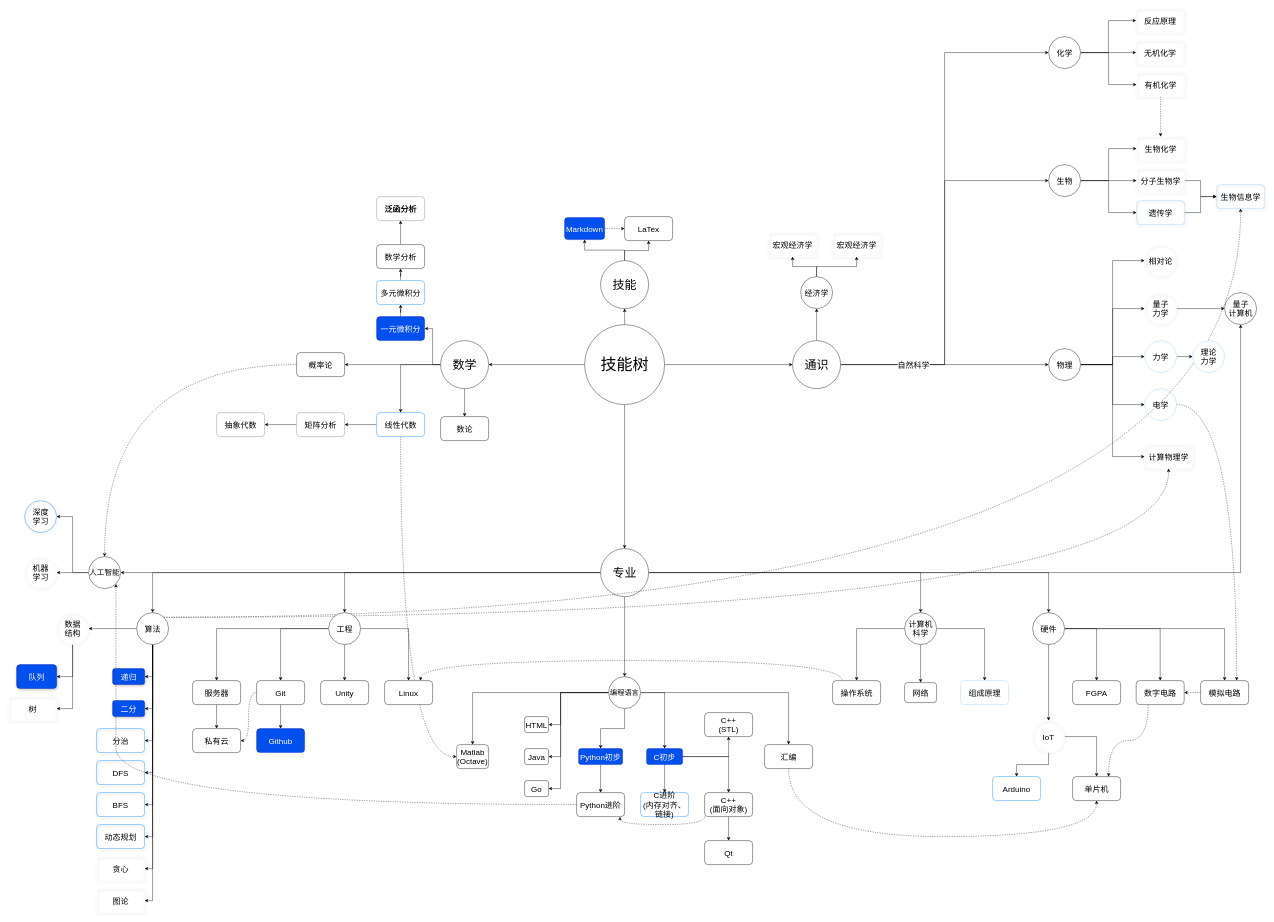
Before: map.drawio in JohnLulzh2002/My-notes, a draw.io diagram. Source tidied: cells renumbered, new cells numbered last; positions are measured from the earlier drawing's top-left corner, leaving out a move shared by most shapes. Both pictures are drawn from the tidied source at 40%, with x=0, y=0 at pixel (8, 8).
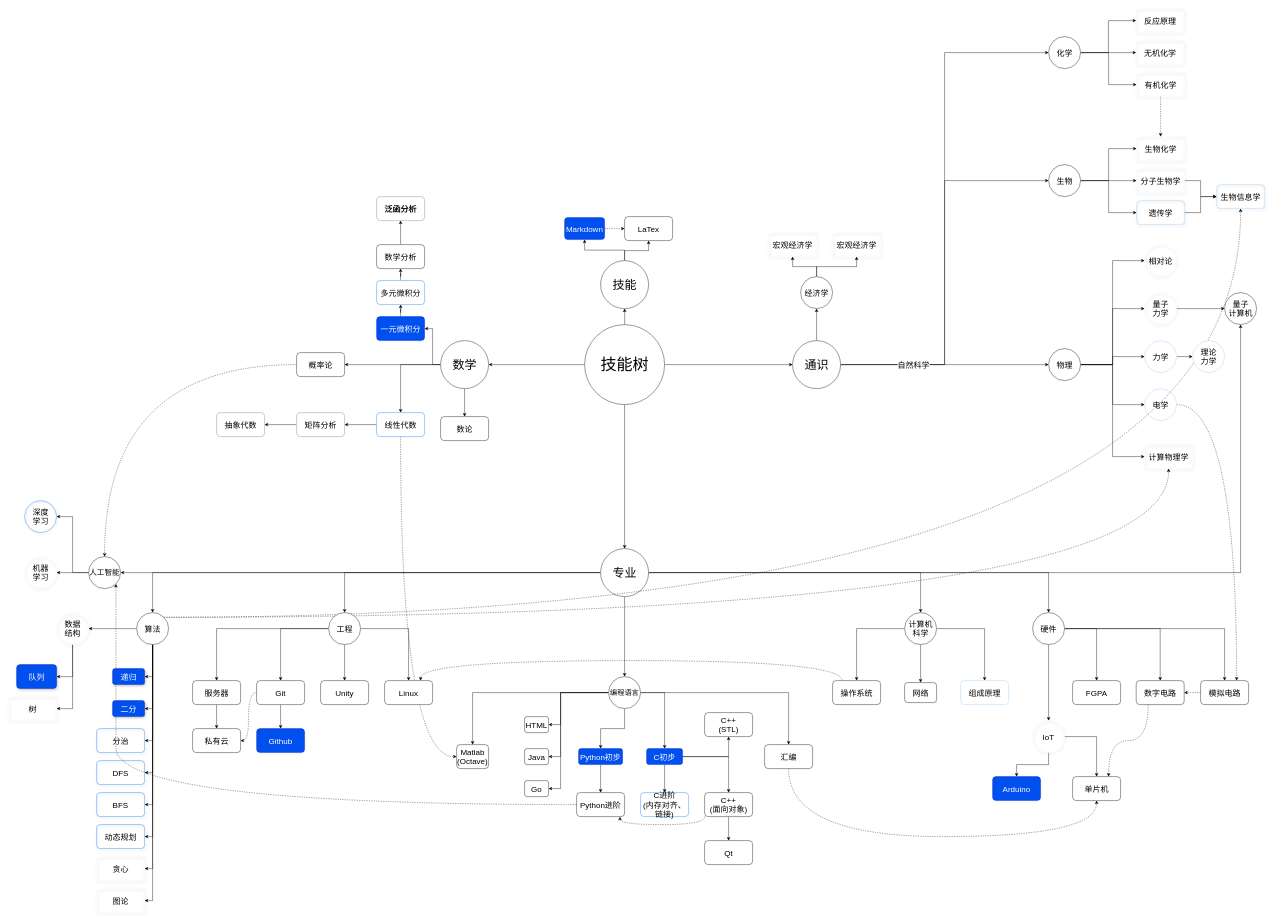
The same diagram, later.

What changed in the source:
```diff
@@
-    <mxCell id="151" value="Arduino" style="rounded=1;whiteSpace=wrap;html=1;gradientColor=none;fontSize=20;strokeColor=#007FFF;" parent="1" vertex="1">
+    <mxCell id="151" value="Arduino" style="rounded=1;whiteSpace=wrap;html=1;fontSize=20;strokeColor=#001DBC;fillColor=#0050ef;fontColor=#ffffff;" parent="1" vertex="1">
       <mxGeometry x="2460" y="1920" width="120" height="60" as="geometry" />
     </mxCell>
```
